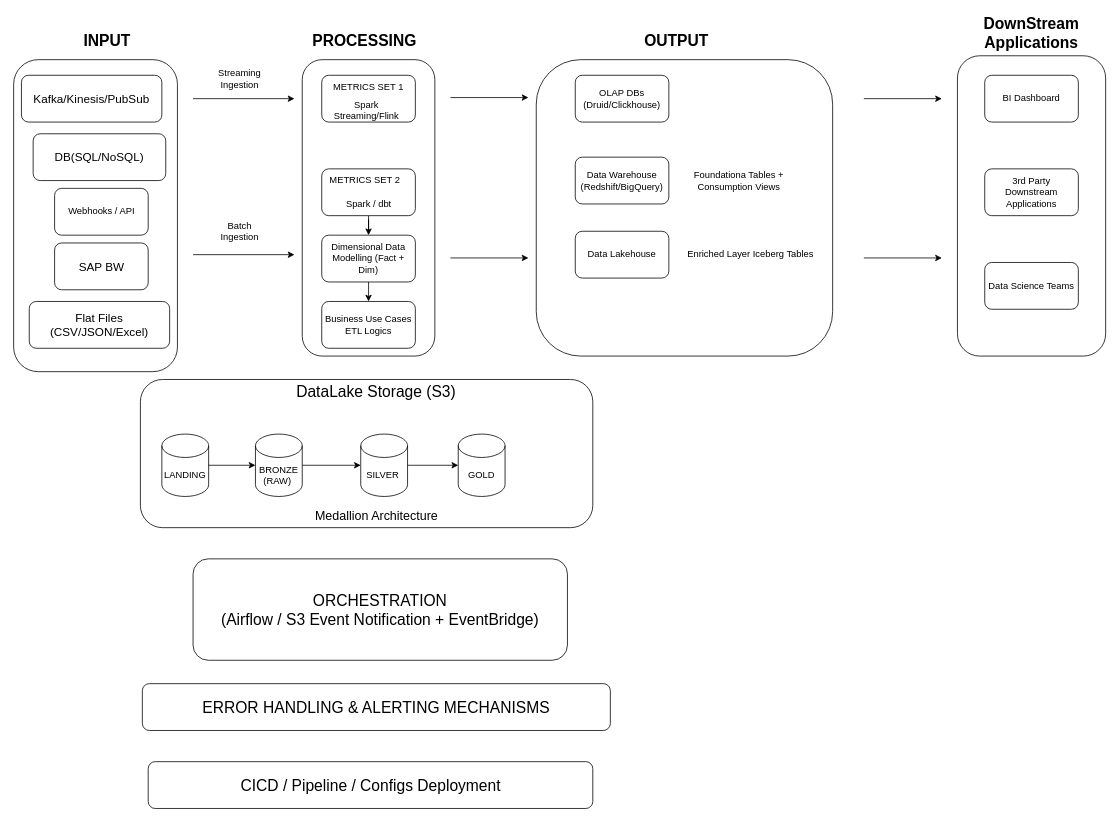
Before: En_to_End_ETL_HLD.drawio in SanjibSaikia/System-Design, a draw.io diagram. Source tidied: cells renumbered, new cells numbered last; positions are measured from the earlier drawing's top-left corner, leaving out a move shared by most shapes. Both pictures are drawn from the tidied source at 78%, with x=0, y=0 at pixel (13, 20).
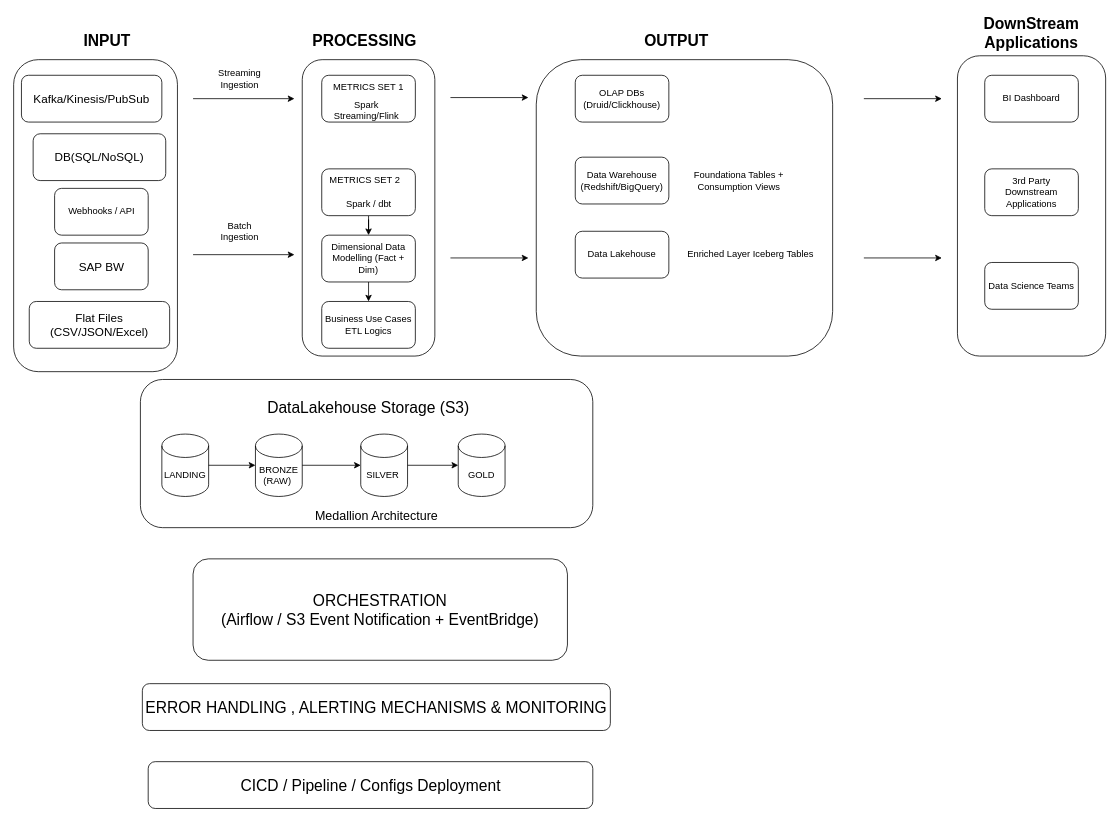
The same page after the edit.

Change to the diagram source:
```diff
@@
-    <mxCell id="21" value="&lt;font style=&quot;font-size: 20px;&quot;&gt;DataLake Storage (S3)&lt;/font&gt;" style="text;html=1;align=center;verticalAlign=middle;whiteSpace=wrap;rounded=0;" parent="1" vertex="1">
-      <mxGeometry x="350" y="460" width="230" height="30" as="geometry" />
+    <mxCell id="21" value="&lt;font style=&quot;font-size: 20px;&quot;&gt;DataLakehouse Storage (S3)&lt;/font&gt;" style="text;html=1;align=center;verticalAlign=middle;whiteSpace=wrap;rounded=0;" parent="1" vertex="1">
+      <mxGeometry x="265" y="480" width="380" height="30" as="geometry" />
     </mxCell>
@@
-    <mxCell id="47" value="&lt;font style=&quot;font-size: 20px;&quot;&gt;ERROR HANDLING &amp;amp; ALERTING MECHANISMS&lt;/font&gt;" style="rounded=1;whiteSpace=wrap;html=1;" parent="1" vertex="1">
+    <mxCell id="47" value="&lt;font style=&quot;font-size: 20px;&quot;&gt;ERROR HANDLING , ALERTING MECHANISMS &amp;amp; MONITORING&lt;/font&gt;" style="rounded=1;whiteSpace=wrap;html=1;" parent="1" vertex="1">
       <mxGeometry x="165" y="850" width="600" height="60" as="geometry" />
     </mxCell>
```
